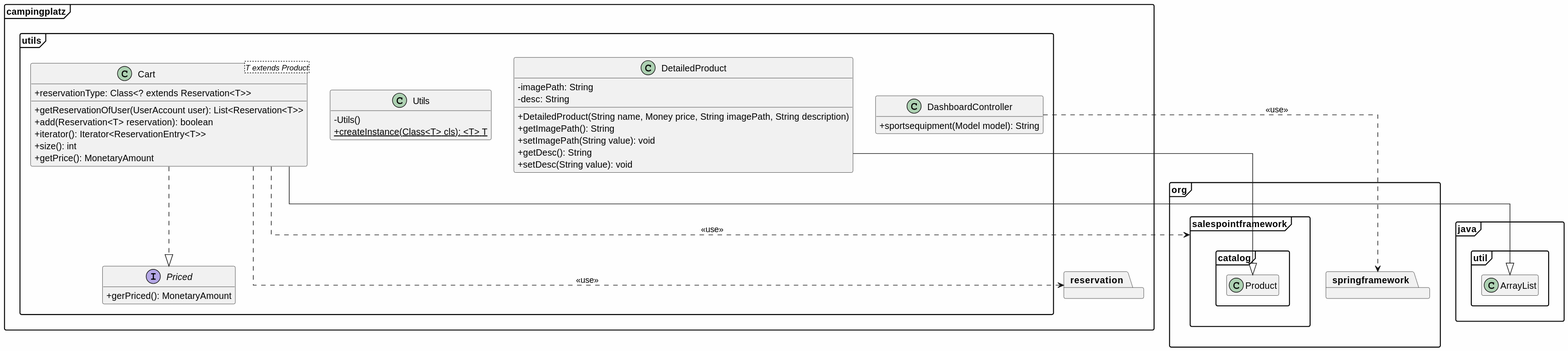
Before: src/main/asciidoc/models/design/EKD_Utils.svg, a diagram exported from PlantUML (ShadowPaint-SP/Softwaretechnologieprojekt). Source of this version:
```plantuml
@startuml
hide empty fields
hide empty methods
skinparam classAttributeIconSize 0
skinparam linetype ortho
skinparam BackgroundColor #FEFEFE
allowmixing
skinparam packageStyle Frame

package campingplatz{
    package reservation
}


package org{
    package springframework
    package salespointframework{
    class catalog.Product
    }
}

package campingplatz.utils {
    class DetailedProduct{
    -imagePath: String
    -desc: String
    +DetailedProduct(String name, Money price, String imagePath, String description)
    +getImagePath(): String
    +setImagePath(String value): void
    +getDesc(): String
    +setDesc(String value): void
    }
    class Cart<T extends Product>{
    +reservationType: Class<? extends Reservation<T>>
    +getReservationOfUser(UserAccount user): List<Reservation<T>>
    +add(Reservation<T> reservation): boolean
    +iterator(): Iterator<ReservationEntry<T>>
    +size(): int
    +getPrice(): MonetaryAmount
    }
    interface Priced{
    +gerPriced(): MonetaryAmount
    }
    class Utils{
    -Utils()
    +{static} createInstance(Class<T> cls): <T> T
    }
    class DashboardController{
    +sportsequipment(Model model): String
    }

}

Cart --|> java.util.ArrayList
Cart ..|> Priced
Cart ..> salespointframework: <<use>>
Cart ..> reservation: <<use>>

DashboardController ..> springframework: <<use>>

DetailedProduct --|> Product
@enduml
```
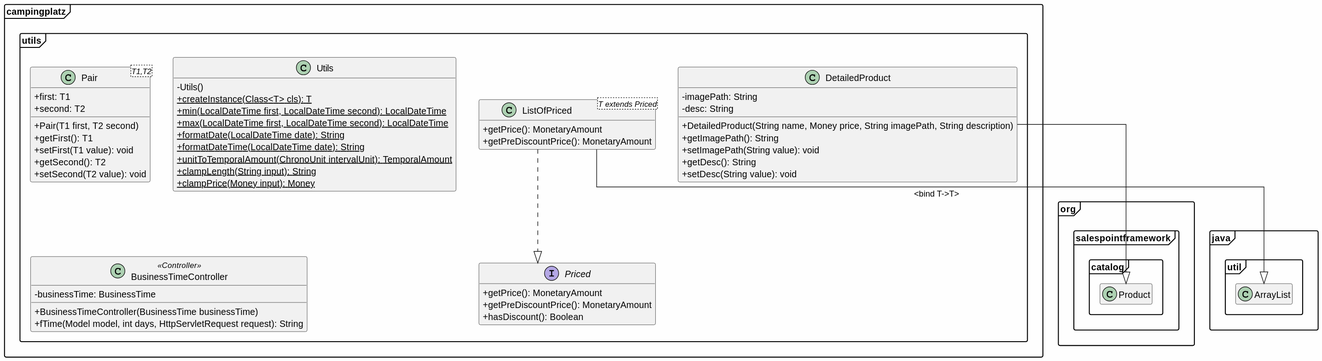
The same diagram one commit later.

What changed in the source:
```diff
@@ -6,18 +6,6 @@
 skinparam BackgroundColor #FEFEFE
 allowmixing
 skinparam packageStyle Frame
-
-package campingplatz{
-    package reservation
-}
-
-
-package org{
-    package springframework
-    package salespointframework{
-    class catalog.Product
-    }
-}
 
 package campingplatz.utils {
     class DetailedProduct{
@@ -29,33 +17,44 @@
     +getDesc(): String
     +setDesc(String value): void
     }
-    class Cart<T extends Product>{
-    +reservationType: Class<? extends Reservation<T>>
-    +getReservationOfUser(UserAccount user): List<Reservation<T>>
-    +add(Reservation<T> reservation): boolean
-    +iterator(): Iterator<ReservationEntry<T>>
-    +size(): int
-    +getPrice(): MonetaryAmount
+    class Pair<T1,T2>{
+    +first: T1
+    +second: T2
+    +Pair(T1 first, T2 second)
+    +getFirst(): T1
+    +setFirst(T1 value): void
+    +getSecond(): T2
+    +setSecond(T2 value): void
     }
     interface Priced{
-    +gerPriced(): MonetaryAmount
+    +getPrice(): MonetaryAmount
+    +getPreDiscountPrice(): MonetaryAmount
+    +hasDiscount(): Boolean
     }
     class Utils{
     -Utils()
-    +{static} createInstance(Class<T> cls): <T> T
+    +{static} createInstance(Class<T> cls): T
+    +{static} min(LocalDateTime first, LocalDateTime second): LocalDateTime
+    +{static} max(LocalDateTime first, LocalDateTime second): LocalDateTime
+    +{static} formatDate(LocalDateTime date): String
+    +{static} formatDateTime(LocalDateTime date): String
+    +{static} unitToTemporalAmount(ChronoUnit intervalUnit): TemporalAmount
+    +{static} clampLength(String input): String
+    +{static} clampPrice(Money input): Money
     }
-    class DashboardController{
-    +sportsequipment(Model model): String
+    class ListOfPriced <T extends Priced> {
+    +getPrice(): MonetaryAmount
+    +getPreDiscountPrice(): MonetaryAmount
+    }
+    class BusinessTimeController<<Controller>> {
+    -businessTime: BusinessTime
+    +BusinessTimeController(BusinessTime businessTime)
+    +fTime(Model model, int days, HttpServletRequest request): String
     }
 
 }
 
-Cart --|> java.util.ArrayList
-Cart ..|> Priced
-Cart ..> salespointframework: <<use>>
-Cart ..> reservation: <<use>>
-
-DashboardController ..> springframework: <<use>>
-
-DetailedProduct --|> Product
+DetailedProduct --|> org.salespointframework.catalog.Product
+ListOfPriced --|> java.util.ArrayList: <bind T->T>
+ListOfPriced ..|> Priced
 @enduml
```
